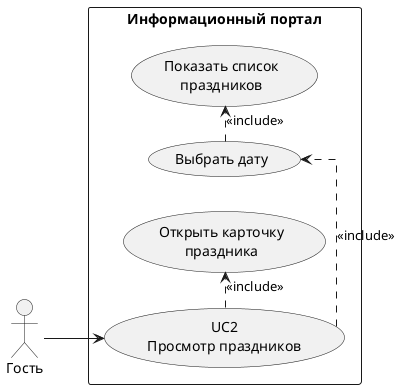
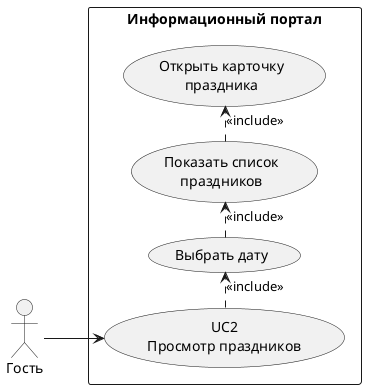
@startuml
left to right direction
skinparam packageStyle rectangle
skinparam linetype ortho
skinparam shadowing false

actor Guest as "Гость"

rectangle "Информационный портал" as System {
  usecase "UC2\nПросмотр праздников" as UC2
  usecase "Выбрать дату" as UC2A
  usecase "Показать список\nпраздников" as UC2B
  usecase "Открыть карточку\nпраздника" as UC2C
}

Guest --> UC2
UC2 .> UC2A : <<include>>
UC2A .> UC2B : <<include>>
- UC2 .> UC2C : <<include>>
+ UC2B .> UC2C : <<include>>
@enduml
